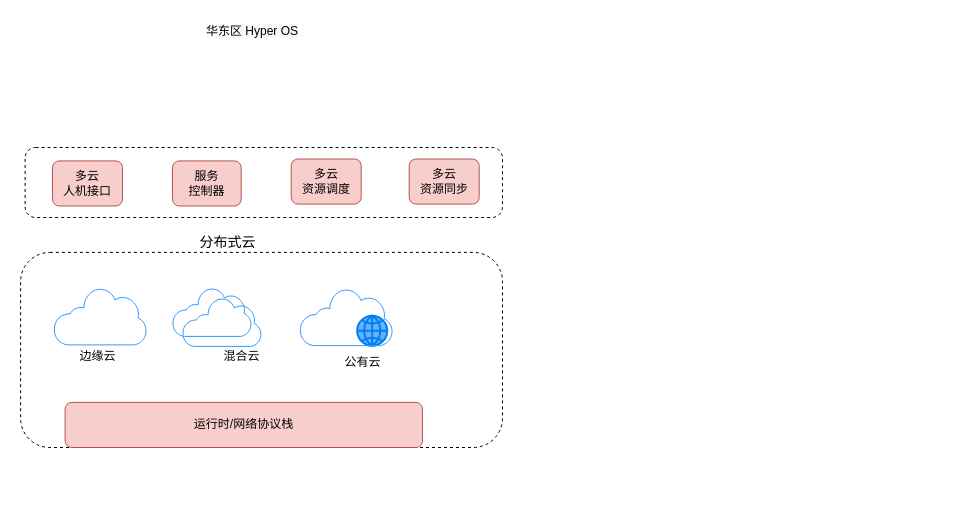
Earlier version of the draw.io diagram page "Page-5" (4 of 9) of cloud-edge-softarch.drawio (lmxia/system_designs). Source tidied: cells renumbered, new cells numbered last; positions are measured from the earlier drawing's top-left corner, leaving out a move shared by most shapes. Both pictures are drawn from the tidied source at 100%, with x=0, y=0 at pixel (20, 17).
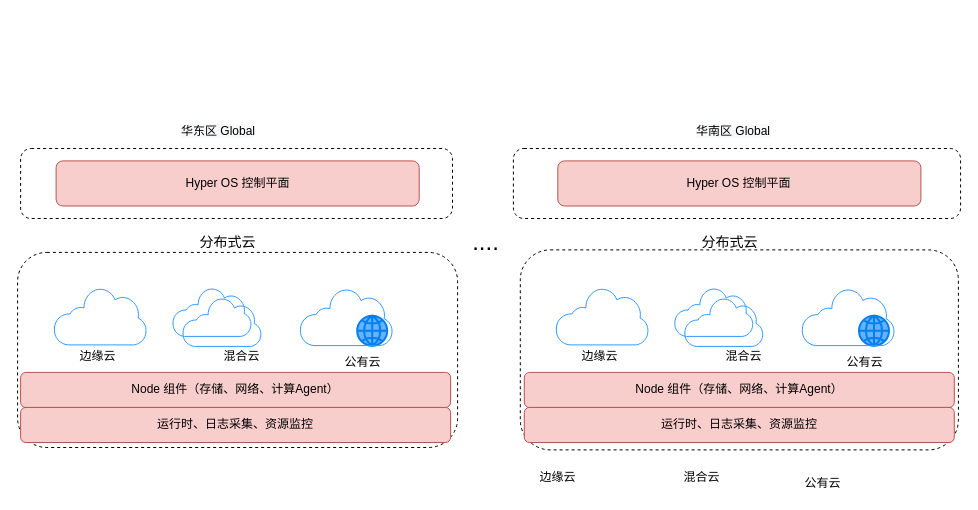
The same diagram, later.

What changed in the source:
```diff
@@
     <mxCell id="2" style="rounded=1;whiteSpace=wrap;html=1;dashed=1;fillColor=none;" parent="1" vertex="1">
-      <mxGeometry x="4.6" y="130" width="477.4" height="70" as="geometry" />
+      <mxGeometry x="0.1" y="131" width="431.9" height="70" as="geometry" />
     </mxCell>
-    <mxCell id="3" value="服务&lt;br&gt;控制器" style="whiteSpace=wrap;html=1;rounded=1;strokeColor=#b85450;fillColor=#f8cecc;" parent="1" vertex="1">
-      <mxGeometry x="152" y="143.4" width="68.7" height="45.1" as="geometry" />
-    </mxCell>
-    <mxCell id="4" value="多云&lt;br&gt;人机接口" style="whiteSpace=wrap;html=1;rounded=1;strokeColor=#b85450;fillColor=#f8cecc;" parent="1" vertex="1">
-      <mxGeometry x="32" y="143.4" width="70" height="45.1" as="geometry" />
+    <mxCell id="4" value="Hyper OS 控制平面" style="whiteSpace=wrap;html=1;rounded=1;strokeColor=#b85450;fillColor=#f8cecc;" parent="1" vertex="1">
+      <mxGeometry x="35.6" y="143.4" width="363.1" height="45.1" as="geometry" />
     </mxCell>
     <mxCell id="5" style="rounded=1;whiteSpace=wrap;html=1;fillColor=none;dashed=1;" parent="1" vertex="1">
-      <mxGeometry x="0.1" y="234.9" width="481.9" height="195.1" as="geometry" />
+      <mxGeometry x="-2.9" y="234.9" width="440" height="195.1" as="geometry" />
     </mxCell>
@@
     <mxCell id="11" value="混合云" style="text;html=1;align=center;verticalAlign=middle;fillColor=none;strokeColor=none;rounded=0;" parent="1" vertex="1">
-      <mxGeometry x="195.7" y="328.9" width="50" height="20" as="geometry" />
+      <mxGeometry x="195.6" y="328.9" width="50" height="20" as="geometry" />
     </mxCell>
@@
-    <mxCell id="14" value="多云&lt;br&gt;资源调度" style="rounded=1;whiteSpace=wrap;html=1;fillColor=#f8cecc;strokeColor=#b85450;" parent="1" vertex="1">
-      <mxGeometry x="270.7" y="141.5" width="70" height="45.1" as="geometry" />
-    </mxCell>
@@
-    <mxCell id="16" value="多云&lt;br&gt;资源同步" style="whiteSpace=wrap;html=1;rounded=1;strokeColor=#b85450;fillColor=#f8cecc;" parent="1" vertex="1">
-      <mxGeometry x="388.7" y="141.5" width="70" height="45.1" as="geometry" />
-    </mxCell>
-    <mxCell id="17" value="&lt;span style=&quot;color: rgb(0 , 0 , 0) ; font-family: &amp;#34;helvetica&amp;#34; ; font-size: 12px ; font-style: normal ; font-weight: 400 ; letter-spacing: normal ; text-align: center ; text-indent: 0px ; text-transform: none ; word-spacing: 0px ; background-color: rgb(248 , 249 , 250) ; display: inline ; float: none&quot;&gt;&lt;span style=&quot;font-family: &amp;#34;helvetica&amp;#34;&quot;&gt;华东区 H&lt;/span&gt;yper OS&lt;/span&gt;" style="text;whiteSpace=wrap;html=1;" parent="1" vertex="1">
-      <mxGeometry x="183.7" width="114.7" height="30" as="geometry" />
+    <mxCell id="17" value="&lt;span style=&quot;color: rgb(0 , 0 , 0) ; font-family: &amp;#34;helvetica&amp;#34; ; font-size: 12px ; font-style: normal ; font-weight: 400 ; letter-spacing: normal ; text-align: center ; text-indent: 0px ; text-transform: none ; word-spacing: 0px ; background-color: rgb(248 , 249 , 250) ; display: inline ; float: none&quot;&gt;&lt;span style=&quot;font-family: &amp;#34;helvetica&amp;#34;&quot;&gt;华东区 Global&lt;/span&gt;&lt;/span&gt;" style="text;whiteSpace=wrap;html=1;" parent="1" vertex="1">
+      <mxGeometry x="158.7" y="100" width="114.7" height="30" as="geometry" />
     </mxCell>
-    <mxCell id="18" value="运行时/网络协议栈" style="whiteSpace=wrap;html=1;rounded=1;strokeColor=#b85450;fillColor=#f8cecc;" parent="1" vertex="1">
-      <mxGeometry x="44.6" y="384.9" width="357.4" height="45.1" as="geometry" />
+    <mxCell id="18" value="Node 组件（存储、网络、计算Agent）" style="whiteSpace=wrap;html=1;rounded=1;strokeColor=#b85450;fillColor=#f8cecc;" parent="1" vertex="1">
+      <mxGeometry x="0.1" y="354.9" width="430" height="35.1" as="geometry" />
     </mxCell>
+    <mxCell id="19" style="rounded=1;whiteSpace=wrap;html=1;fillColor=none;dashed=1;" parent="1" vertex="1">
+      <mxGeometry x="499.8" y="232.4" width="438.1" height="200" as="geometry" />
+    </mxCell>
+    <mxCell id="20" value="&lt;font style=&quot;font-size: 14px&quot;&gt;分布式云&lt;/font&gt;" style="text;html=1;align=center;verticalAlign=middle;fillColor=none;strokeColor=none;rounded=0;dashed=1;" parent="1" vertex="1">
+      <mxGeometry x="673.8" y="215" width="70" height="20" as="geometry" />
+    </mxCell>
+    <mxCell id="21" style="shadow=0;dashed=0;html=1;labelPosition=center;verticalLabelPosition=bottom;verticalAlign=top;align=center;shape=mxgraph.mscae.enterprise.internet;fillColor=none;strokeColor=#3399FF;" parent="1" vertex="1">
+      <mxGeometry x="535.2" y="270" width="92.7" height="57.4" as="geometry" />
+    </mxCell>
+    <mxCell id="22" style="html=1;verticalLabelPosition=bottom;align=center;labelBackgroundColor=#ffffff;verticalAlign=top;strokeWidth=2;strokeColor=#0080F0;shadow=0;dashed=0;shape=mxgraph.ios7.icons.globe;fillColor=#66B2FF;gradientColor=none;" parent="1" vertex="1">
+      <mxGeometry x="838.5" y="298.2" width="30" height="30" as="geometry" />
+    </mxCell>
+    <mxCell id="23" style="shadow=0;dashed=0;html=1;labelPosition=center;verticalLabelPosition=bottom;verticalAlign=top;align=center;shape=mxgraph.mscae.enterprise.internet;fillColor=none;strokeColor=#3399FF;" parent="1" vertex="1">
+      <mxGeometry x="653.8" y="270" width="78.8" height="48.9" as="geometry" />
+    </mxCell>
+    <mxCell id="24" style="shadow=0;dashed=0;html=1;labelPosition=center;verticalLabelPosition=bottom;verticalAlign=top;align=center;shape=mxgraph.mscae.enterprise.internet;fillColor=none;strokeColor=#3399FF;" parent="1" vertex="1">
+      <mxGeometry x="781.2" y="270.7" width="92.7" height="57.4" as="geometry" />
+    </mxCell>
+    <mxCell id="25" value="混合云" style="text;html=1;align=center;verticalAlign=middle;fillColor=none;strokeColor=none;rounded=0;" parent="1" vertex="1">
+      <mxGeometry x="697.5" y="328.9" width="50" height="20" as="geometry" />
+    </mxCell>
+    <mxCell id="26" value="边缘云" style="text;html=1;align=center;verticalAlign=middle;fillColor=none;strokeColor=none;rounded=0;" parent="1" vertex="1">
+      <mxGeometry x="553.8" y="328.9" width="50" height="20" as="geometry" />
+    </mxCell>
+    <mxCell id="27" value="公有云" style="text;html=1;align=center;verticalAlign=middle;fillColor=none;strokeColor=none;rounded=0;" parent="1" vertex="1">
+      <mxGeometry x="818.5" y="334.9" width="50" height="20" as="geometry" />
+    </mxCell>
+    <mxCell id="28" style="shadow=0;dashed=0;html=1;labelPosition=center;verticalLabelPosition=bottom;verticalAlign=top;align=center;shape=mxgraph.mscae.enterprise.internet;fillColor=none;strokeColor=#3399FF;" parent="1" vertex="1">
+      <mxGeometry x="663.8" y="280" width="78.8" height="48.9" as="geometry" />
+    </mxCell>
+    <mxCell id="29" value="&lt;span style=&quot;color: rgb(0 , 0 , 0) ; font-family: &amp;#34;helvetica&amp;#34; ; font-size: 12px ; font-style: normal ; font-weight: 400 ; letter-spacing: normal ; text-align: center ; text-indent: 0px ; text-transform: none ; word-spacing: 0px ; background-color: rgb(248 , 249 , 250) ; display: inline ; float: none&quot;&gt;&lt;span style=&quot;font-family: &amp;#34;helvetica&amp;#34;&quot;&gt;华南区 Global&lt;/span&gt;&lt;/span&gt;" style="text;whiteSpace=wrap;html=1;" parent="1" vertex="1">
+      <mxGeometry x="673.8" y="100" width="114.7" height="30" as="geometry" />
+    </mxCell>
+    <mxCell id="30" value="&lt;font style=&quot;font-size: 24px&quot;&gt;....&lt;/font&gt;" style="text;html=1;align=center;verticalAlign=middle;fillColor=none;strokeColor=none;rounded=0;dashed=1;" parent="1" vertex="1">
+      <mxGeometry x="445.1" y="215" width="40" height="20" as="geometry" />
+    </mxCell>
+    <mxCell id="31" style="rounded=1;whiteSpace=wrap;html=1;dashed=1;fillColor=none;" parent="1" vertex="1">
+      <mxGeometry x="492.9" y="131" width="447.2" height="70" as="geometry" />
+    </mxCell>
+    <mxCell id="32" value="运行时、日志采集、资源监控" style="whiteSpace=wrap;html=1;rounded=1;strokeColor=#b85450;fillColor=#f8cecc;" parent="1" vertex="1">
+      <mxGeometry x="0.1" y="389.9" width="430" height="35.1" as="geometry" />
+    </mxCell>
+    <mxCell id="33" value="混合云" style="text;html=1;align=center;verticalAlign=middle;fillColor=none;strokeColor=none;rounded=0;" parent="1" vertex="1">
+      <mxGeometry x="655.6" y="450" width="50" height="20" as="geometry" />
+    </mxCell>
+    <mxCell id="34" value="边缘云" style="text;html=1;align=center;verticalAlign=middle;fillColor=none;strokeColor=none;rounded=0;" parent="1" vertex="1">
+      <mxGeometry x="512" y="450" width="50" height="20" as="geometry" />
+    </mxCell>
+    <mxCell id="35" value="公有云" style="text;html=1;align=center;verticalAlign=middle;fillColor=none;strokeColor=none;rounded=0;" parent="1" vertex="1">
+      <mxGeometry x="776.7" y="456" width="50" height="20" as="geometry" />
+    </mxCell>
+    <mxCell id="36" value="Node 组件（存储、网络、计算Agent）" style="whiteSpace=wrap;html=1;rounded=1;strokeColor=#b85450;fillColor=#f8cecc;" parent="1" vertex="1">
+      <mxGeometry x="503.8" y="354.9" width="430" height="35.1" as="geometry" />
+    </mxCell>
+    <mxCell id="37" value="运行时、日志采集、资源监控" style="whiteSpace=wrap;html=1;rounded=1;strokeColor=#b85450;fillColor=#f8cecc;" parent="1" vertex="1">
+      <mxGeometry x="503.8" y="389.9" width="430" height="35.1" as="geometry" />
+    </mxCell>
+    <mxCell id="38" value="Hyper OS 控制平面" style="whiteSpace=wrap;html=1;rounded=1;strokeColor=#b85450;fillColor=#f8cecc;" parent="1" vertex="1">
+      <mxGeometry x="537.3" y="143.4" width="363.1" height="45.1" as="geometry" />
+    </mxCell>
```
